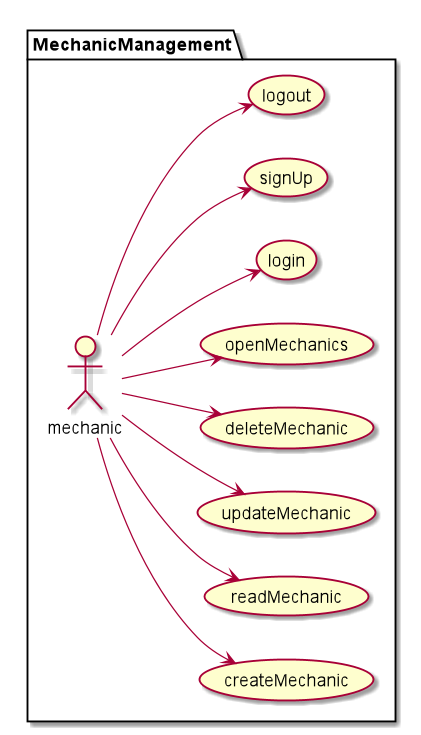
Ruskab/agrimManager keeps this PlantUML diagram as documentation/requiremets/usecases/png/mechianicUsecases.png. Above is the earlier version.
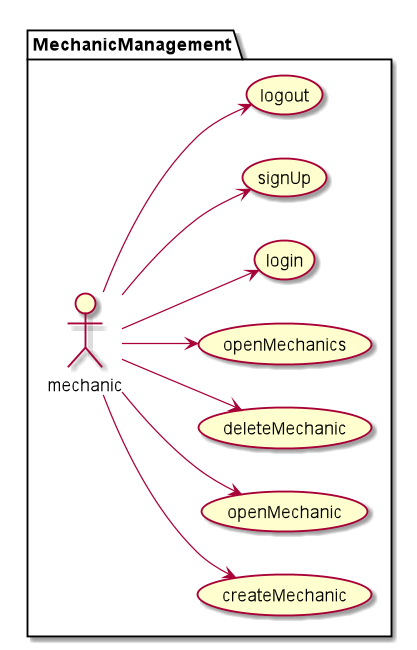
Above is the later version.

Diff of the diagram source:
```diff
@@ -3,8 +3,7 @@
 
 package MechanicManagement {
 :mechanic: --> (createMechanic)
-:mechanic: --> (readMechanic)
-:mechanic: --> (updateMechanic)
+:mechanic: --> (openMechanic)
 :mechanic: --> (deleteMechanic)
 :mechanic: --> (openMechanics)
 :mechanic: --> (login)
```
